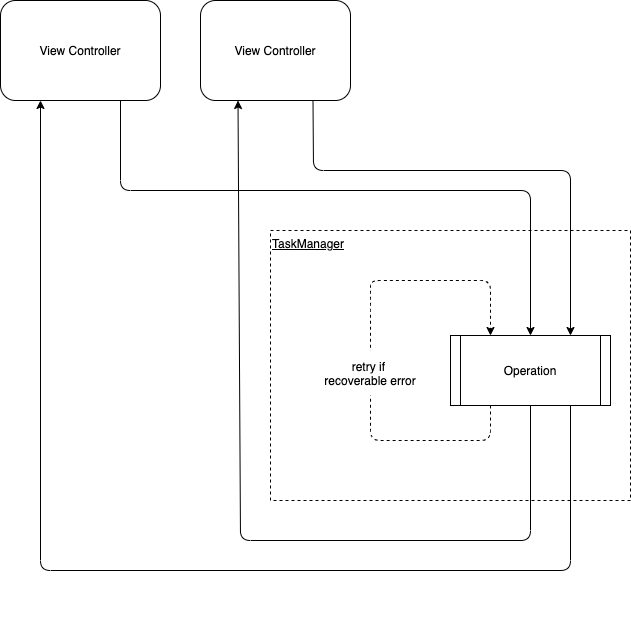
Above: task_manager_concept.png in shakurocom/TaskManager (draw.io), before the change. Source tidied: cells renumbered, new cells last; positions are measured from the earlier drawing's top-left corner, leaving out a move shared by most shapes. Its diagram source:
```xml
<mxGraphModel background="#ffffff">
  <root>
    <mxCell id="0" />
    <mxCell id="1" parent="0" />
    <mxCell id="2" value="&lt;u&gt;TaskManager&lt;/u&gt;" style="rounded=0;whiteSpace=wrap;html=1;shadow=0;strokeColor=#000000;fillColor=#ffffff;gradientColor=none;align=left;labelPosition=center;verticalLabelPosition=middle;verticalAlign=top;dashed=1;" parent="1" vertex="1">
      <mxGeometry x="270" y="230" width="360" height="270" as="geometry" />
    </mxCell>
    <mxCell id="3" value="View Controller" style="rounded=1;whiteSpace=wrap;html=1;" parent="1" vertex="1">
      <mxGeometry width="160" height="100" as="geometry" />
    </mxCell>
    <mxCell id="4" value="View Controller" style="rounded=1;whiteSpace=wrap;html=1;" parent="1" vertex="1">
      <mxGeometry x="200" width="150" height="100" as="geometry" />
    </mxCell>
    <mxCell id="5" value="Operation" style="shape=process;whiteSpace=wrap;html=1;backgroundOutline=1;shadow=0;strokeColor=#000000;fillColor=#ffffff;gradientColor=none;size=0.0625;" parent="1" vertex="1">
      <mxGeometry x="450" y="335" width="160" height="70" as="geometry" />
    </mxCell>
    <mxCell id="6" style="endArrow=classic;html=1;exitX=0.75;exitY=1;exitDx=0;exitDy=0;entryX=0.75;entryY=0;entryDx=0;entryDy=0;" parent="1" edge="1" source="4" target="5">
      <mxGeometry relative="1" as="geometry">
        <Array as="points">
          <mxPoint x="313" y="170" />
          <mxPoint x="570" y="170" />
        </Array>
      </mxGeometry>
    </mxCell>
    <mxCell id="7" style="endArrow=classic;html=1;exitX=0.75;exitY=1;exitDx=0;exitDy=0;entryX=0.5;entryY=0;entryDx=0;entryDy=0;" parent="1" edge="1" source="3" target="5">
      <mxGeometry relative="1" as="geometry">
        <Array as="points">
          <mxPoint x="120" y="190" />
          <mxPoint x="530" y="190" />
        </Array>
      </mxGeometry>
    </mxCell>
    <mxCell id="8" style="endArrow=classic;html=1;dashed=1;entryX=0.25;entryY=0;entryDx=0;entryDy=0;exitX=0.25;exitY=1;exitDx=0;exitDy=0;" parent="1" edge="1" source="5" target="5">
      <mxGeometry relative="1" as="geometry">
        <Array as="points">
          <mxPoint x="490" y="440" />
          <mxPoint x="370" y="440" />
          <mxPoint x="370" y="300" />
          <mxPoint x="370" y="280" />
          <mxPoint x="490" y="280" />
        </Array>
      </mxGeometry>
    </mxCell>
    <mxCell id="9" value="retry if &lt;br&gt;recoverable error" style="rounded=0;whiteSpace=wrap;html=1;shadow=0;fillColor=#ffffff;gradientColor=none;strokeColor=none;" parent="1" vertex="1">
      <mxGeometry x="310" y="350" width="120" height="45" as="geometry" />
    </mxCell>
    <mxCell id="10" style="endArrow=classic;html=1;exitX=0.75;exitY=1;exitDx=0;exitDy=0;entryX=0.25;entryY=1;entryDx=0;entryDy=0;" parent="1" edge="1" source="5" target="3">
      <mxGeometry relative="1" as="geometry">
        <Array as="points">
          <mxPoint x="570" y="570" />
          <mxPoint x="40" y="570" />
        </Array>
      </mxGeometry>
    </mxCell>
    <mxCell id="11" style="endArrow=classic;html=1;exitX=0.5;exitY=1;exitDx=0;exitDy=0;entryX=0.25;entryY=1;entryDx=0;entryDy=0;" parent="1" edge="1" source="5" target="4">
      <mxGeometry relative="1" as="geometry">
        <Array as="points">
          <mxPoint x="530" y="540" />
          <mxPoint x="240" y="540" />
        </Array>
      </mxGeometry>
    </mxCell>
    <mxCell id="12" style="edgeStyle=orthogonalEdgeStyle;rounded=0;orthogonalLoop=1;jettySize=auto;html=1;exitX=0;exitY=0;exitDx=400;exitDy=245;exitPerimeter=0;" parent="1" edge="1">
      <mxGeometry relative="1" as="geometry">
        <mxPoint x="435" y="610" as="sourcePoint" />
        <mxPoint x="435" y="610" as="targetPoint" />
      </mxGeometry>
    </mxCell>
  </root>
</mxGraphModel>
```
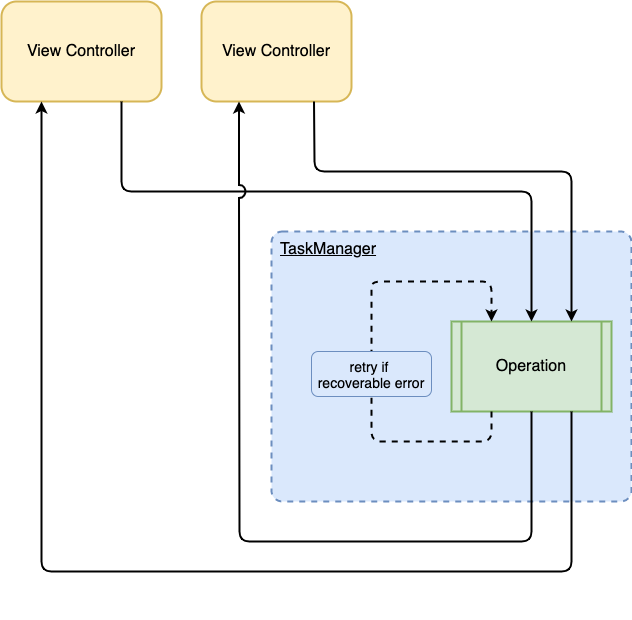
Above is the later version.

Change to the diagram source:
```diff
@@ -2,19 +2,19 @@
   <root>
     <mxCell id="0" />
     <mxCell id="1" parent="0" />
-    <mxCell id="2" value="&lt;u&gt;TaskManager&lt;/u&gt;" style="rounded=0;whiteSpace=wrap;html=1;shadow=0;strokeColor=#000000;fillColor=#ffffff;gradientColor=none;align=left;labelPosition=center;verticalLabelPosition=middle;verticalAlign=top;dashed=1;" parent="1" vertex="1">
+    <mxCell id="2" value="&lt;u style=&quot;font-size: 16px;&quot;&gt;TaskManager&lt;/u&gt;" style="rounded=1;whiteSpace=wrap;html=1;shadow=0;strokeColor=#6c8ebf;fillColor=#dae8fc;align=left;labelPosition=center;verticalLabelPosition=middle;verticalAlign=top;dashed=1;fontSize=16;arcSize=4;perimeterSpacing=2;spacingTop=2;spacingLeft=7;strokeWidth=2;" parent="1" vertex="1">
       <mxGeometry x="270" y="230" width="360" height="270" as="geometry" />
     </mxCell>
-    <mxCell id="3" value="View Controller" style="rounded=1;whiteSpace=wrap;html=1;" parent="1" vertex="1">
+    <mxCell id="3" value="View Controller" style="rounded=1;whiteSpace=wrap;html=1;fillColor=#fff2cc;strokeColor=#d6b656;horizontal=1;fontSize=16;strokeWidth=2;" parent="1" vertex="1">
       <mxGeometry width="160" height="100" as="geometry" />
     </mxCell>
-    <mxCell id="4" value="View Controller" style="rounded=1;whiteSpace=wrap;html=1;" parent="1" vertex="1">
+    <mxCell id="4" value="View Controller" style="rounded=1;whiteSpace=wrap;html=1;fillColor=#fff2cc;strokeColor=#d6b656;fontSize=16;strokeWidth=2;" parent="1" vertex="1">
       <mxGeometry x="200" width="150" height="100" as="geometry" />
     </mxCell>
-    <mxCell id="5" value="Operation" style="shape=process;whiteSpace=wrap;html=1;backgroundOutline=1;shadow=0;strokeColor=#000000;fillColor=#ffffff;gradientColor=none;size=0.0625;" parent="1" vertex="1">
-      <mxGeometry x="450" y="335" width="160" height="70" as="geometry" />
+    <mxCell id="5" value="Operation" style="shape=process;whiteSpace=wrap;html=1;backgroundOutline=1;shadow=0;strokeColor=#82b366;fillColor=#d5e8d4;size=0.0625;fontSize=16;strokeWidth=2;" parent="1" vertex="1">
+      <mxGeometry x="450" y="320" width="160" height="90" as="geometry" />
     </mxCell>
-    <mxCell id="6" style="endArrow=classic;html=1;exitX=0.75;exitY=1;exitDx=0;exitDy=0;entryX=0.75;entryY=0;entryDx=0;entryDy=0;" parent="1" edge="1" source="4" target="5">
+    <mxCell id="6" style="endArrow=classic;html=1;exitX=0.75;exitY=1;exitDx=0;exitDy=0;entryX=0.75;entryY=0;entryDx=0;entryDy=0;strokeWidth=2;jumpStyle=none;" parent="1" edge="1" source="4" target="5">
       <mxGeometry relative="1" as="geometry">
         <Array as="points">
           <mxPoint x="313" y="170" />
@@ -22,7 +22,7 @@
         </Array>
       </mxGeometry>
     </mxCell>
-    <mxCell id="7" style="endArrow=classic;html=1;exitX=0.75;exitY=1;exitDx=0;exitDy=0;entryX=0.5;entryY=0;entryDx=0;entryDy=0;" parent="1" edge="1" source="3" target="5">
+    <mxCell id="7" style="endArrow=classic;html=1;exitX=0.75;exitY=1;exitDx=0;exitDy=0;entryX=0.5;entryY=0;entryDx=0;entryDy=0;strokeWidth=2;" parent="1" edge="1" source="3" target="5">
       <mxGeometry relative="1" as="geometry">
         <Array as="points">
           <mxPoint x="120" y="190" />
@@ -30,7 +30,7 @@
         </Array>
       </mxGeometry>
     </mxCell>
-    <mxCell id="8" style="endArrow=classic;html=1;dashed=1;entryX=0.25;entryY=0;entryDx=0;entryDy=0;exitX=0.25;exitY=1;exitDx=0;exitDy=0;" parent="1" edge="1" source="5" target="5">
+    <mxCell id="8" style="endArrow=classic;html=1;dashed=1;entryX=0.25;entryY=0;entryDx=0;entryDy=0;exitX=0.25;exitY=1;exitDx=0;exitDy=0;strokeWidth=2;" parent="1" edge="1" source="5" target="5">
       <mxGeometry relative="1" as="geometry">
         <Array as="points">
           <mxPoint x="490" y="440" />
@@ -41,10 +41,10 @@
         </Array>
       </mxGeometry>
     </mxCell>
-    <mxCell id="9" value="retry if &lt;br&gt;recoverable error" style="rounded=0;whiteSpace=wrap;html=1;shadow=0;fillColor=#ffffff;gradientColor=none;strokeColor=none;" parent="1" vertex="1">
+    <mxCell id="9" value="retry if &lt;br style=&quot;font-size: 14px;&quot;&gt;recoverable error" style="rounded=1;whiteSpace=wrap;html=1;shadow=0;fillColor=#dae8fc;strokeColor=#6c8ebf;fontSize=14;perimeterSpacing=0;glass=0;sketch=0;" parent="1" vertex="1">
       <mxGeometry x="310" y="350" width="120" height="45" as="geometry" />
     </mxCell>
-    <mxCell id="10" style="endArrow=classic;html=1;exitX=0.75;exitY=1;exitDx=0;exitDy=0;entryX=0.25;entryY=1;entryDx=0;entryDy=0;" parent="1" edge="1" source="5" target="3">
+    <mxCell id="10" style="endArrow=classic;html=1;exitX=0.75;exitY=1;exitDx=0;exitDy=0;entryX=0.25;entryY=1;entryDx=0;entryDy=0;strokeWidth=2;" parent="1" edge="1" source="5" target="3">
       <mxGeometry relative="1" as="geometry">
         <Array as="points">
           <mxPoint x="570" y="570" />
@@ -52,11 +52,11 @@
         </Array>
       </mxGeometry>
     </mxCell>
-    <mxCell id="11" style="endArrow=classic;html=1;exitX=0.5;exitY=1;exitDx=0;exitDy=0;entryX=0.25;entryY=1;entryDx=0;entryDy=0;" parent="1" edge="1" source="5" target="4">
+    <mxCell id="11" style="endArrow=classic;html=1;exitX=0.5;exitY=1;exitDx=0;exitDy=0;entryX=0.25;entryY=1;entryDx=0;entryDy=0;strokeWidth=2;jumpStyle=arc;jumpSize=11;" parent="1" edge="1" source="5" target="4">
       <mxGeometry relative="1" as="geometry">
         <Array as="points">
           <mxPoint x="530" y="540" />
-          <mxPoint x="240" y="540" />
+          <mxPoint x="238" y="540" />
         </Array>
       </mxGeometry>
     </mxCell>
```
